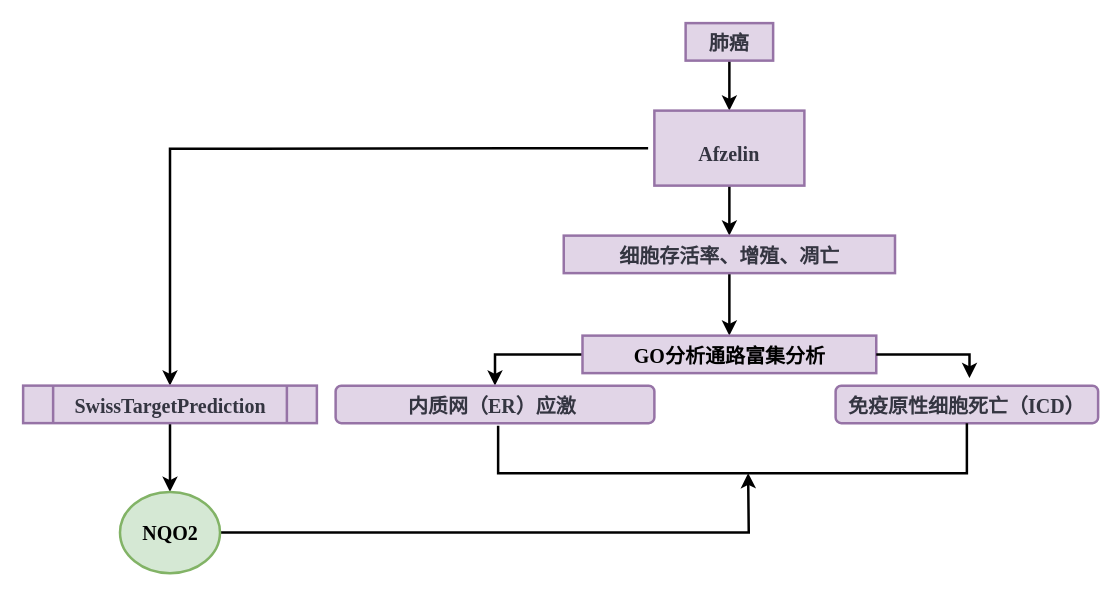
Earlier version of the draw.io diagram wlp-27.drawio (wlplily/Dream13). Source tidied: cells renumbered, new cells numbered last; positions are measured from the earlier drawing's top-left corner, leaving out a move shared by most shapes. Both pictures are drawn from the tidied source at 125%, with x=0, y=0 at pixel (22, 22).
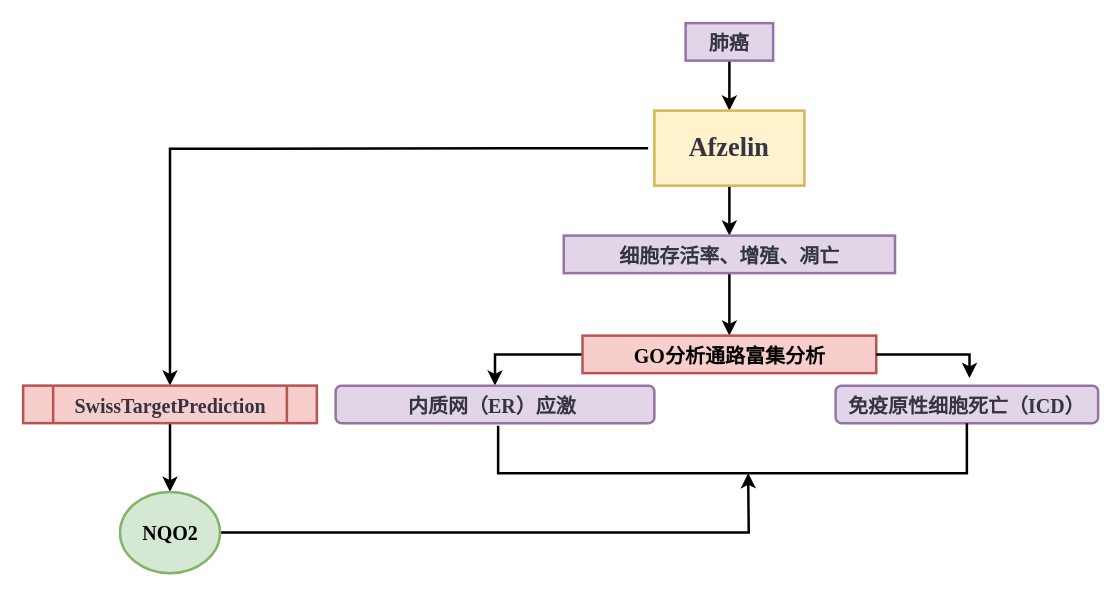
The same page after the edit.

The edit, as a diff of the source:
```diff
@@
-    <mxCell id="5" value="&#10;&lt;span style=&quot;color: rgb(52, 53, 65); font-size: 16px; font-style: normal; font-variant-ligatures: normal; font-variant-caps: normal; letter-spacing: normal; orphans: 2; text-align: start; text-indent: 0px; text-transform: none; widows: 2; word-spacing: 0px; -webkit-text-stroke-width: 0px; text-decoration-thickness: initial; text-decoration-style: initial; text-decoration-color: initial; float: none; display: inline !important;&quot;&gt;Afzelin&lt;/span&gt;&#10;&#10;" style="whiteSpace=wrap;html=1;verticalAlign=top;fillColor=#e1d5e7;strokeColor=#9673a6;gradientColor=none;fontSize=16;fontFamily=Times New Roman;fontStyle=1;strokeWidth=2;" parent="1" vertex="1">
+    <mxCell id="5" value="&lt;span style=&quot;color: rgb(52, 53, 65); font-size: 21px; font-style: normal; font-variant-ligatures: normal; font-variant-caps: normal; letter-spacing: normal; orphans: 2; text-align: start; text-indent: 0px; text-transform: none; widows: 2; word-spacing: 0px; -webkit-text-stroke-width: 0px; text-decoration-thickness: initial; text-decoration-style: initial; text-decoration-color: initial; float: none; display: inline !important;&quot;&gt;Afzelin&lt;/span&gt;&lt;br&gt;" style="whiteSpace=wrap;html=1;verticalAlign=middle;fillColor=#fff2cc;strokeColor=#d6b656;fontSize=21;fontFamily=Times New Roman;fontStyle=1;strokeWidth=2;" parent="1" vertex="1">
       <mxGeometry x="505" y="70" width="120" height="60" as="geometry" />
     </mxCell>
@@
-    <mxCell id="10" value=" GO分析通路富集分析 " style="whiteSpace=wrap;html=1;verticalAlign=top;fillColor=#e1d5e7;strokeColor=#9673a6;gradientColor=none;fontSize=16;fontFamily=Times New Roman;fontStyle=1;strokeWidth=2;" parent="1" vertex="1">
+    <mxCell id="10" value=" GO分析通路富集分析 " style="whiteSpace=wrap;html=1;verticalAlign=top;fillColor=#f8cecc;strokeColor=#b85450;fontSize=16;fontFamily=Times New Roman;fontStyle=1;strokeWidth=2;" parent="1" vertex="1">
       <mxGeometry x="447.5" y="250" width="235" height="30" as="geometry" />
     </mxCell>
@@
-    <mxCell id="14" value="&lt;span style=&quot;color: rgb(52, 53, 65); font-size: 16px; font-style: normal; font-variant-ligatures: normal; font-variant-caps: normal; letter-spacing: normal; orphans: 2; text-align: start; text-indent: 0px; text-transform: none; widows: 2; word-spacing: 0px; -webkit-text-stroke-width: 0px; text-decoration-thickness: initial; text-decoration-style: initial; text-decoration-color: initial; float: none; display: inline !important;&quot;&gt;SwissTargetPrediction&lt;/span&gt;&lt;br style=&quot;font-size: 16px;&quot;&gt;" style="shape=process;whiteSpace=wrap;html=1;backgroundOutline=1;verticalAlign=top;fillColor=#e1d5e7;strokeColor=#9673a6;gradientColor=none;fontSize=16;fontFamily=Times New Roman;fontStyle=1;strokeWidth=2;" parent="1" vertex="1">
+    <mxCell id="14" value="&lt;span style=&quot;color: rgb(52, 53, 65); font-size: 16px; font-style: normal; font-variant-ligatures: normal; font-variant-caps: normal; letter-spacing: normal; orphans: 2; text-align: start; text-indent: 0px; text-transform: none; widows: 2; word-spacing: 0px; -webkit-text-stroke-width: 0px; text-decoration-thickness: initial; text-decoration-style: initial; text-decoration-color: initial; float: none; display: inline !important;&quot;&gt;SwissTargetPrediction&lt;/span&gt;&lt;br style=&quot;font-size: 16px;&quot;&gt;" style="shape=process;whiteSpace=wrap;html=1;backgroundOutline=1;verticalAlign=top;fillColor=#f8cecc;strokeColor=#b85450;fontSize=16;fontFamily=Times New Roman;fontStyle=1;strokeWidth=2;" parent="1" vertex="1">
       <mxGeometry y="290" width="235" height="30" as="geometry" />
     </mxCell>
```
